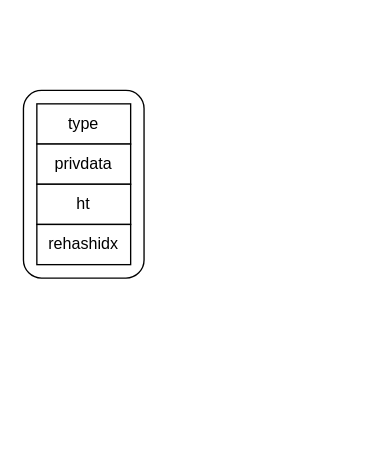
Earlier version of the draw.io diagram redis/哈希数据结构.drawio (buxiangchixiangcai/draw). Source tidied: cells renumbered, new cells numbered last; positions are measured from the earlier drawing's top-left corner, leaving out a move shared by most shapes. Both pictures are drawn from the tidied source at 134%, with x=0, y=0 at pixel (23, 90).
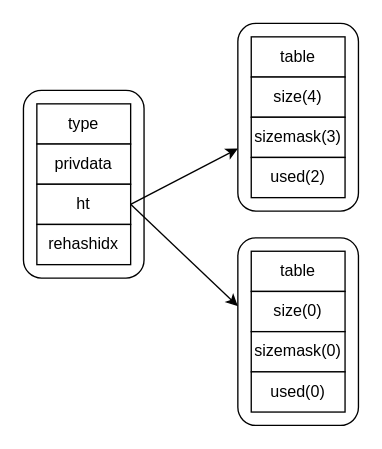
The same diagram, later.

Commit message (it also covers changes not shown here):
更新哈希数据结构.drawio

Change to the diagram source:
```diff
@@
 <mxGraphModel>
   <root>
     <mxCell id="0" />
     <mxCell id="1" parent="0" />
     <mxCell id="2" style="rounded=1;whiteSpace=wrap;html=1;" parent="1" vertex="1">
       <mxGeometry width="90" height="140" as="geometry" />
     </mxCell>
     <mxCell id="3" value="type" style="rounded=0;whiteSpace=wrap;html=1;" parent="1" vertex="1">
       <mxGeometry x="10" y="10" width="70" height="30" as="geometry" />
     </mxCell>
     <mxCell id="4" value="privdata" style="rounded=0;whiteSpace=wrap;html=1;" parent="1" vertex="1">
       <mxGeometry x="10" y="40" width="70" height="30" as="geometry" />
     </mxCell>
+    <mxCell id="7" style="rounded=0;jettySize=auto;html=1;exitX=1;exitY=0.5;exitDx=0;exitDy=0;" parent="1" edge="1" source="5" target="8">
+      <mxGeometry relative="1" as="geometry" />
+    </mxCell>
     <mxCell id="5" value="ht" style="rounded=0;whiteSpace=wrap;html=1;" parent="1" vertex="1">
       <mxGeometry x="10" y="70" width="70" height="30" as="geometry" />
     </mxCell>
     <mxCell id="6" value="rehashidx" style="rounded=0;whiteSpace=wrap;html=1;" parent="1" vertex="1">
       <mxGeometry x="10" y="100" width="70" height="30" as="geometry" />
     </mxCell>
+    <mxCell id="8" style="rounded=1;whiteSpace=wrap;html=1;" parent="1" vertex="1">
+      <mxGeometry x="160" y="-50" width="90" height="140" as="geometry" />
+    </mxCell>
+    <mxCell id="9" value="table" style="rounded=0;whiteSpace=wrap;html=1;" parent="1" vertex="1">
+      <mxGeometry x="170" y="-40" width="70" height="30" as="geometry" />
+    </mxCell>
+    <mxCell id="10" value="size(4)" style="rounded=0;whiteSpace=wrap;html=1;" parent="1" vertex="1">
+      <mxGeometry x="170" y="-10" width="70" height="30" as="geometry" />
+    </mxCell>
+    <mxCell id="11" value="sizemask(3)" style="rounded=0;whiteSpace=wrap;html=1;" parent="1" vertex="1">
+      <mxGeometry x="170" y="20" width="70" height="30" as="geometry" />
+    </mxCell>
+    <mxCell id="12" value="used(2)" style="rounded=0;whiteSpace=wrap;html=1;" parent="1" vertex="1">
+      <mxGeometry x="170" y="50" width="70" height="30" as="geometry" />
+    </mxCell>
+    <mxCell id="13" style="rounded=1;whiteSpace=wrap;html=1;" parent="1" vertex="1">
+      <mxGeometry x="160" y="110" width="90" height="140" as="geometry" />
+    </mxCell>
+    <mxCell id="14" value="table" style="rounded=0;whiteSpace=wrap;html=1;" parent="1" vertex="1">
+      <mxGeometry x="170" y="120" width="70" height="30" as="geometry" />
+    </mxCell>
+    <mxCell id="15" value="size(0)" style="rounded=0;whiteSpace=wrap;html=1;" parent="1" vertex="1">
+      <mxGeometry x="170" y="150" width="70" height="30" as="geometry" />
+    </mxCell>
+    <mxCell id="16" value="sizemask(0)" style="rounded=0;whiteSpace=wrap;html=1;" parent="1" vertex="1">
+      <mxGeometry x="170" y="180" width="70" height="30" as="geometry" />
+    </mxCell>
+    <mxCell id="17" value="used(0)" style="rounded=0;whiteSpace=wrap;html=1;" parent="1" vertex="1">
+      <mxGeometry x="170" y="210" width="70" height="30" as="geometry" />
+    </mxCell>
+    <mxCell id="18" style="rounded=0;jettySize=auto;html=1;entryX=0;entryY=0.364;entryDx=0;entryDy=0;entryPerimeter=0;exitX=1;exitY=0.5;exitDx=0;exitDy=0;" parent="1" edge="1" source="5" target="13">
+      <mxGeometry relative="1" as="geometry" />
+    </mxCell>
   </root>
 </mxGraphModel>
```
